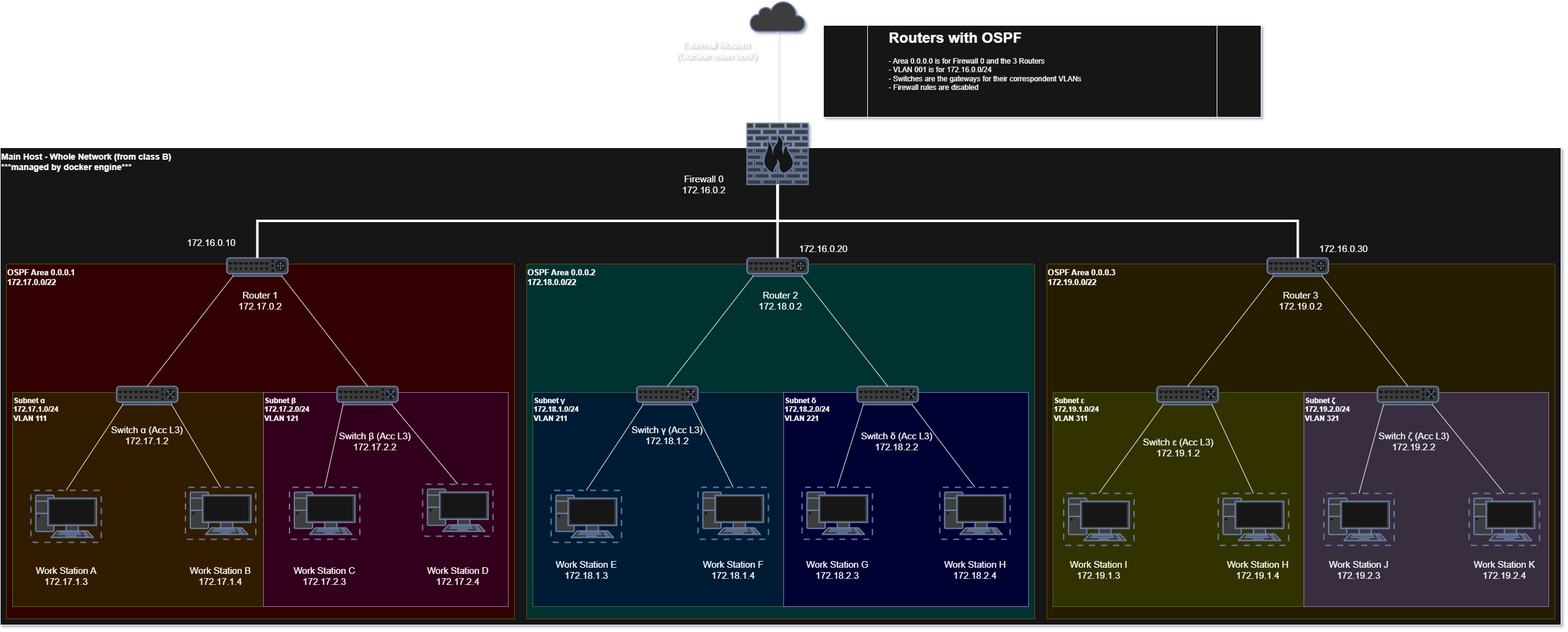
Above: scenario-3/topology-3.png in AlmeidaCaio/computer-networks-tests (draw.io), before the change. Source tidied: cells renumbered, new cells last; positions are measured from the earlier drawing's top-left corner, leaving out a move shared by most shapes.
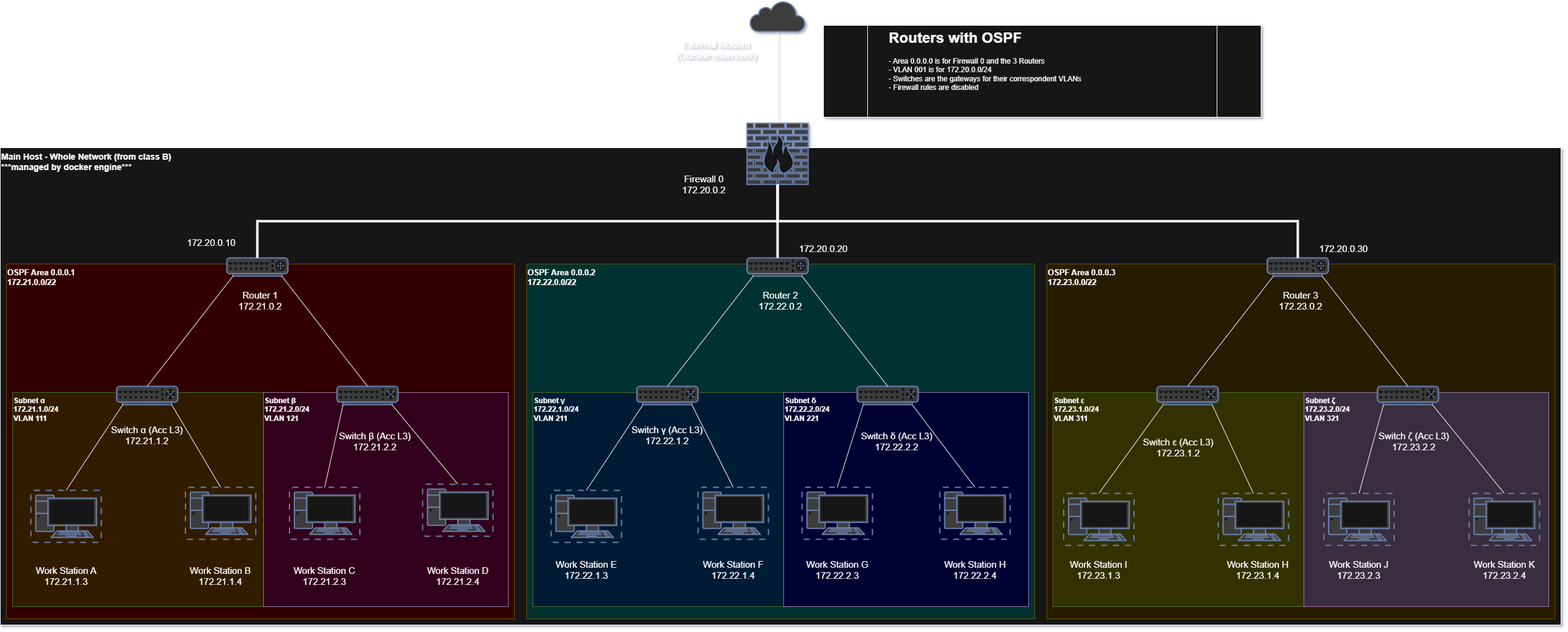
After the commit.

Commit message:
change ref IPs

Change to the diagram source:
```diff
@@ -7,6 +7,6 @@
     </mxCell>
-    <mxCell id="3" value="&lt;b style=&quot;font-size: 13px;&quot;&gt;OSPF Area 0.0.0.1&lt;br&gt;172.17.0.0/22&lt;br&gt;&lt;/b&gt;" style="rounded=0;whiteSpace=wrap;html=1;fillColor=light-dark(#FFF2CC,#330000);strokeColor=#d6b656;verticalAlign=top;align=left;" parent="1" vertex="1">
+    <mxCell id="3" value="&lt;b style=&quot;font-size: 13px;&quot;&gt;OSPF Area 0.0.0.1&lt;br&gt;172.21.0.0/22&lt;br&gt;&lt;/b&gt;" style="rounded=0;whiteSpace=wrap;html=1;fillColor=light-dark(#FFF2CC,#330000);strokeColor=#d6b656;verticalAlign=top;align=left;" parent="1" vertex="1">
       <mxGeometry x="10" y="430" width="830" height="580" as="geometry" />
     </mxCell>
-    <mxCell id="4" value="&lt;b&gt;Subnet α&lt;/b&gt;&lt;br&gt;&lt;b&gt;172.17.1.0/24&lt;/b&gt;&lt;br&gt;&lt;b&gt;VLAN 111&lt;/b&gt;" style="rounded=0;whiteSpace=wrap;html=1;fillColor=light-dark(#D5E8D4,#331A00);strokeColor=#82b366;verticalAlign=top;align=left;" parent="1" vertex="1">
+    <mxCell id="4" value="&lt;b&gt;Subnet α&lt;/b&gt;&lt;br&gt;&lt;b&gt;172.21.1.0/24&lt;/b&gt;&lt;br&gt;&lt;b&gt;VLAN 111&lt;/b&gt;" style="rounded=0;whiteSpace=wrap;html=1;fillColor=light-dark(#D5E8D4,#331A00);strokeColor=#82b366;verticalAlign=top;align=left;" parent="1" vertex="1">
       <mxGeometry x="20" y="640" width="410" height="350" as="geometry" />
@@ -16,3 +16,3 @@
     </mxCell>
-    <mxCell id="6" value="&lt;b&gt;Subnet β&lt;/b&gt;&lt;br&gt;&lt;b&gt;172.17.2.0/24&lt;/b&gt;&lt;br&gt;&lt;b&gt;VLAN 121&lt;/b&gt;" style="rounded=0;whiteSpace=wrap;html=1;fillColor=light-dark(#E1D5E7,#33001A);strokeColor=#9673a6;verticalAlign=top;align=left;" parent="1" vertex="1">
+    <mxCell id="6" value="&lt;b&gt;Subnet β&lt;/b&gt;&lt;br&gt;&lt;b&gt;172.21.2.0/24&lt;/b&gt;&lt;br&gt;&lt;b&gt;VLAN 121&lt;/b&gt;" style="rounded=0;whiteSpace=wrap;html=1;fillColor=light-dark(#E1D5E7,#33001A);strokeColor=#9673a6;verticalAlign=top;align=left;" parent="1" vertex="1">
       <mxGeometry x="430" y="640" width="400" height="350" as="geometry" />
@@ -46,21 +46,21 @@
     </mxCell>
-    <mxCell id="16" value="Work Station A&lt;br&gt;172.17.1.3" style="text;html=1;align=center;verticalAlign=middle;whiteSpace=wrap;rounded=0;fontSize=15;" parent="1" vertex="1">
+    <mxCell id="16" value="Work Station A&lt;br&gt;172.21.1.3" style="text;html=1;align=center;verticalAlign=middle;whiteSpace=wrap;rounded=0;fontSize=15;" parent="1" vertex="1">
       <mxGeometry x="37.5" y="900" width="140" height="80" as="geometry" />
     </mxCell>
-    <mxCell id="17" value="Work Station D&lt;br&gt;172.17.2.4" style="text;html=1;align=center;verticalAlign=middle;whiteSpace=wrap;rounded=0;fontSize=15;" parent="1" vertex="1">
+    <mxCell id="17" value="Work Station D&lt;br&gt;172.21.2.4" style="text;html=1;align=center;verticalAlign=middle;whiteSpace=wrap;rounded=0;fontSize=15;" parent="1" vertex="1">
       <mxGeometry x="677.5" y="900" width="140" height="80" as="geometry" />
     </mxCell>
-    <mxCell id="18" value="Switch α (Acc L3)&lt;br&gt;172.17.1.2" style="text;html=1;align=center;verticalAlign=middle;whiteSpace=wrap;rounded=0;fontSize=15;" parent="1" vertex="1">
+    <mxCell id="18" value="Switch α (Acc L3)&lt;br&gt;172.21.1.2" style="text;html=1;align=center;verticalAlign=middle;whiteSpace=wrap;rounded=0;fontSize=15;" parent="1" vertex="1">
       <mxGeometry x="170" y="670" width="140" height="80" as="geometry" />
     </mxCell>
-    <mxCell id="19" value="Switch β (Acc L3)&lt;br&gt;172.17.2.2" style="text;html=1;align=center;verticalAlign=middle;whiteSpace=wrap;rounded=0;fontSize=15;" parent="1" vertex="1">
+    <mxCell id="19" value="Switch β (Acc L3)&lt;br&gt;172.21.2.2" style="text;html=1;align=center;verticalAlign=middle;whiteSpace=wrap;rounded=0;fontSize=15;" parent="1" vertex="1">
       <mxGeometry x="550" y="680" width="125" height="80" as="geometry" />
     </mxCell>
-    <mxCell id="20" value="Router 1&lt;br&gt;172.17.0.2" style="text;html=1;align=center;verticalAlign=middle;whiteSpace=wrap;rounded=0;fontSize=15;" parent="1" vertex="1">
+    <mxCell id="20" value="Router 1&lt;br&gt;172.21.0.2" style="text;html=1;align=center;verticalAlign=middle;whiteSpace=wrap;rounded=0;fontSize=15;" parent="1" vertex="1">
       <mxGeometry x="355" y="450" width="140" height="80" as="geometry" />
     </mxCell>
-    <mxCell id="21" value="&lt;b style=&quot;font-size: 13px;&quot;&gt;OSPF Area 0.0.0.2&lt;br&gt;172.18.0.0/22&lt;br&gt;&lt;/b&gt;" style="rounded=0;whiteSpace=wrap;html=1;fillColor=light-dark(#FFF2CC,#003333);strokeColor=#d6b656;verticalAlign=top;align=left;" parent="1" vertex="1">
+    <mxCell id="21" value="&lt;b style=&quot;font-size: 13px;&quot;&gt;OSPF Area 0.0.0.2&lt;br&gt;172.22.0.0/22&lt;br&gt;&lt;/b&gt;" style="rounded=0;whiteSpace=wrap;html=1;fillColor=light-dark(#FFF2CC,#003333);strokeColor=#d6b656;verticalAlign=top;align=left;" parent="1" vertex="1">
       <mxGeometry x="860" y="430" width="830" height="580" as="geometry" />
     </mxCell>
-    <mxCell id="22" value="&lt;b&gt;Subnet γ&lt;/b&gt;&lt;br&gt;&lt;b&gt;172.18.1.0/24&lt;/b&gt;&lt;br&gt;&lt;b&gt;VLAN 211&lt;/b&gt;" style="rounded=0;whiteSpace=wrap;html=1;fillColor=light-dark(#D5E8D4,#001C36);strokeColor=#82b366;verticalAlign=top;align=left;" parent="1" vertex="1">
+    <mxCell id="22" value="&lt;b&gt;Subnet γ&lt;/b&gt;&lt;br&gt;&lt;b&gt;172.22.1.0/24&lt;/b&gt;&lt;br&gt;&lt;b&gt;VLAN 211&lt;/b&gt;" style="rounded=0;whiteSpace=wrap;html=1;fillColor=light-dark(#D5E8D4,#001C36);strokeColor=#82b366;verticalAlign=top;align=left;" parent="1" vertex="1">
       <mxGeometry x="870" y="640" width="410" height="350" as="geometry" />
@@ -70,3 +70,3 @@
     </mxCell>
-    <mxCell id="24" value="&lt;b&gt;Subnet δ&lt;/b&gt;&lt;br&gt;&lt;b&gt;172.18.2.0/24&lt;/b&gt;&lt;br&gt;&lt;b&gt;VLAN 221&lt;/b&gt;" style="rounded=0;whiteSpace=wrap;html=1;fillColor=light-dark(#E1D5E7,#000033);strokeColor=#9673a6;verticalAlign=top;align=left;" parent="1" vertex="1">
+    <mxCell id="24" value="&lt;b&gt;Subnet δ&lt;/b&gt;&lt;br&gt;&lt;b&gt;172.22.2.0/24&lt;/b&gt;&lt;br&gt;&lt;b&gt;VLAN 221&lt;/b&gt;" style="rounded=0;whiteSpace=wrap;html=1;fillColor=light-dark(#E1D5E7,#000033);strokeColor=#9673a6;verticalAlign=top;align=left;" parent="1" vertex="1">
       <mxGeometry x="1280" y="640" width="400" height="350" as="geometry" />
@@ -109,18 +109,18 @@
     </mxCell>
-    <mxCell id="37" value="Work Station E&lt;br&gt;172.18.1.3" style="text;html=1;align=center;verticalAlign=middle;whiteSpace=wrap;rounded=0;fontSize=15;" parent="1" vertex="1">
+    <mxCell id="37" value="Work Station E&lt;br&gt;172.22.1.3" style="text;html=1;align=center;verticalAlign=middle;whiteSpace=wrap;rounded=0;fontSize=15;" parent="1" vertex="1">
       <mxGeometry x="887.5" y="890" width="140" height="80" as="geometry" />
     </mxCell>
-    <mxCell id="38" value="Work Station H&lt;br&gt;172.18.2.4" style="text;html=1;align=center;verticalAlign=middle;whiteSpace=wrap;rounded=0;fontSize=15;" parent="1" vertex="1">
+    <mxCell id="38" value="Work Station H&lt;br&gt;172.22.2.4" style="text;html=1;align=center;verticalAlign=middle;whiteSpace=wrap;rounded=0;fontSize=15;" parent="1" vertex="1">
       <mxGeometry x="1522.5" y="890" width="140" height="80" as="geometry" />
     </mxCell>
-    <mxCell id="39" value="Switch γ (Acc L3)&lt;br&gt;172.18.1.2" style="text;html=1;align=center;verticalAlign=middle;whiteSpace=wrap;rounded=0;fontSize=15;" parent="1" vertex="1">
+    <mxCell id="39" value="Switch γ (Acc L3)&lt;br&gt;172.22.1.2" style="text;html=1;align=center;verticalAlign=middle;whiteSpace=wrap;rounded=0;fontSize=15;" parent="1" vertex="1">
       <mxGeometry x="1020" y="670" width="140" height="80" as="geometry" />
     </mxCell>
-    <mxCell id="40" value="Switch δ (Acc L3)&lt;br&gt;172.18.2.2" style="text;html=1;align=center;verticalAlign=middle;whiteSpace=wrap;rounded=0;fontSize=15;" parent="1" vertex="1">
+    <mxCell id="40" value="Switch δ (Acc L3)&lt;br&gt;172.22.2.2" style="text;html=1;align=center;verticalAlign=middle;whiteSpace=wrap;rounded=0;fontSize=15;" parent="1" vertex="1">
       <mxGeometry x="1395" y="680" width="140" height="80" as="geometry" />
     </mxCell>
-    <mxCell id="41" value="Router 2&lt;br&gt;172.18.0.2" style="text;html=1;align=center;verticalAlign=middle;whiteSpace=wrap;rounded=0;fontSize=15;" parent="1" vertex="1">
+    <mxCell id="41" value="Router 2&lt;br&gt;172.22.0.2" style="text;html=1;align=center;verticalAlign=middle;whiteSpace=wrap;rounded=0;fontSize=15;" parent="1" vertex="1">
       <mxGeometry x="1205" y="450" width="140" height="80" as="geometry" />
     </mxCell>
-    <mxCell id="42" value="Firewall 0&lt;br&gt;172.16.0.2" style="text;html=1;align=center;verticalAlign=middle;whiteSpace=wrap;rounded=0;fontSize=15;" parent="1" vertex="1">
+    <mxCell id="42" value="Firewall 0&lt;br&gt;172.20.0.2" style="text;html=1;align=center;verticalAlign=middle;whiteSpace=wrap;rounded=0;fontSize=15;" parent="1" vertex="1">
       <mxGeometry x="1080" y="260" width="140" height="80" as="geometry" />
@@ -133,9 +133,9 @@
     </mxCell>
-    <mxCell id="45" value="&lt;h1 style=&quot;margin-top: 0px;&quot;&gt;Routers with OSPF&lt;/h1&gt;&lt;p&gt;&lt;span style=&quot;background-color: transparent; color: light-dark(rgb(0, 0, 0), rgb(255, 255, 255));&quot;&gt;- Area 0.0.0.0 is for Firewall 0 and the 3 Routers&lt;br&gt;&lt;/span&gt;&lt;span style=&quot;background-color: transparent; color: light-dark(rgb(0, 0, 0), rgb(255, 255, 255));&quot;&gt;- VLAN 001 is for 172.16.0.0/24&lt;br&gt;- Switches are the gateways for their correspondent VLANs&lt;br&gt;- Firewall rules are disabled&lt;/span&gt;&lt;/p&gt;" style="text;html=1;whiteSpace=wrap;overflow=hidden;rounded=0;" parent="1" vertex="1">
+    <mxCell id="45" value="&lt;h1 style=&quot;margin-top: 0px;&quot;&gt;Routers with OSPF&lt;/h1&gt;&lt;p&gt;&lt;span style=&quot;background-color: transparent; color: light-dark(rgb(0, 0, 0), rgb(255, 255, 255));&quot;&gt;- Area 0.0.0.0 is for Firewall 0 and the 3 Routers&lt;br&gt;&lt;/span&gt;&lt;span style=&quot;background-color: transparent; color: light-dark(rgb(0, 0, 0), rgb(255, 255, 255));&quot;&gt;- VLAN 001 is for 172.20.0.0/24&lt;br&gt;- Switches are the gateways for their correspondent VLANs&lt;br&gt;- Firewall rules are disabled&lt;/span&gt;&lt;/p&gt;" style="text;html=1;whiteSpace=wrap;overflow=hidden;rounded=0;" parent="1" vertex="1">
       <mxGeometry x="1450" y="40" width="500" height="150" as="geometry" />
     </mxCell>
-    <mxCell id="46" value="&lt;b style=&quot;font-size: 13px;&quot;&gt;OSPF Area 0.0.0.3&lt;br&gt;172.19.0.0/22&lt;br&gt;&lt;/b&gt;" style="rounded=0;whiteSpace=wrap;html=1;fillColor=#fff2cc;strokeColor=#d6b656;verticalAlign=top;align=left;" parent="1" vertex="1">
+    <mxCell id="46" value="&lt;b style=&quot;font-size: 13px;&quot;&gt;OSPF Area 0.0.0.3&lt;br&gt;172.23.0.0/22&lt;br&gt;&lt;/b&gt;" style="rounded=0;whiteSpace=wrap;html=1;fillColor=#fff2cc;strokeColor=#d6b656;verticalAlign=top;align=left;" parent="1" vertex="1">
       <mxGeometry x="1710" y="430" width="830" height="580" as="geometry" />
     </mxCell>
-    <mxCell id="47" value="&lt;b&gt;Subnet ε&lt;/b&gt;&lt;br&gt;&lt;b&gt;172.19.1.0/24&lt;/b&gt;&lt;br&gt;&lt;b&gt;VLAN 311&lt;/b&gt;" style="rounded=0;whiteSpace=wrap;html=1;fillColor=light-dark(#D5E8D4,#333300);strokeColor=#82b366;verticalAlign=top;align=left;" parent="1" vertex="1">
+    <mxCell id="47" value="&lt;b&gt;Subnet ε&lt;/b&gt;&lt;br&gt;&lt;b&gt;172.23.1.0/24&lt;/b&gt;&lt;br&gt;&lt;b&gt;VLAN 311&lt;/b&gt;" style="rounded=0;whiteSpace=wrap;html=1;fillColor=light-dark(#D5E8D4,#333300);strokeColor=#82b366;verticalAlign=top;align=left;" parent="1" vertex="1">
       <mxGeometry x="1720" y="640" width="410" height="350" as="geometry" />
@@ -145,3 +145,3 @@
     </mxCell>
-    <mxCell id="49" value="&lt;b&gt;Subnet ζ&lt;/b&gt;&lt;br&gt;&lt;b&gt;172.19.2.0/24&lt;/b&gt;&lt;br&gt;&lt;b&gt;VLAN 321&lt;/b&gt;" style="rounded=0;whiteSpace=wrap;html=1;fillColor=#e1d5e7;strokeColor=#9673a6;verticalAlign=top;align=left;" parent="1" vertex="1">
+    <mxCell id="49" value="&lt;b&gt;Subnet ζ&lt;/b&gt;&lt;br&gt;&lt;b&gt;172.23.2.0/24&lt;/b&gt;&lt;br&gt;&lt;b&gt;VLAN 321&lt;/b&gt;" style="rounded=0;whiteSpace=wrap;html=1;fillColor=#e1d5e7;strokeColor=#9673a6;verticalAlign=top;align=left;" parent="1" vertex="1">
       <mxGeometry x="2130" y="640" width="400" height="350" as="geometry" />
@@ -175,15 +175,15 @@
     </mxCell>
-    <mxCell id="59" value="Work Station I&lt;br&gt;172.19.1.3" style="text;html=1;align=center;verticalAlign=middle;whiteSpace=wrap;rounded=0;fontSize=15;" parent="1" vertex="1">
+    <mxCell id="59" value="Work Station I&lt;br&gt;172.23.1.3" style="text;html=1;align=center;verticalAlign=middle;whiteSpace=wrap;rounded=0;fontSize=15;" parent="1" vertex="1">
       <mxGeometry x="1725" y="890" width="140" height="80" as="geometry" />
     </mxCell>
-    <mxCell id="60" value="Work Station K&lt;br&gt;172.19.2.4" style="text;html=1;align=center;verticalAlign=middle;whiteSpace=wrap;rounded=0;fontSize=15;" parent="1" vertex="1">
+    <mxCell id="60" value="Work Station K&lt;br&gt;172.23.2.4" style="text;html=1;align=center;verticalAlign=middle;whiteSpace=wrap;rounded=0;fontSize=15;" parent="1" vertex="1">
       <mxGeometry x="2387.5" y="890" width="140" height="80" as="geometry" />
     </mxCell>
-    <mxCell id="61" value="Switch ε (Acc L3)&lt;br&gt;172.19.1.2" style="text;html=1;align=center;verticalAlign=middle;whiteSpace=wrap;rounded=0;fontSize=15;" parent="1" vertex="1">
+    <mxCell id="61" value="Switch ε (Acc L3)&lt;br&gt;172.23.1.2" style="text;html=1;align=center;verticalAlign=middle;whiteSpace=wrap;rounded=0;fontSize=15;" parent="1" vertex="1">
       <mxGeometry x="1855" y="690" width="140" height="80" as="geometry" />
     </mxCell>
-    <mxCell id="62" value="Switch ζ (Acc L3)&lt;br&gt;172.19.2.2" style="text;html=1;align=center;verticalAlign=middle;whiteSpace=wrap;rounded=0;fontSize=15;" parent="1" vertex="1">
+    <mxCell id="62" value="Switch ζ (Acc L3)&lt;br&gt;172.23.2.2" style="text;html=1;align=center;verticalAlign=middle;whiteSpace=wrap;rounded=0;fontSize=15;" parent="1" vertex="1">
       <mxGeometry x="2240" y="680" width="140" height="80" as="geometry" />
     </mxCell>
-    <mxCell id="63" value="Router 3&lt;br&gt;172.19.0.2" style="text;html=1;align=center;verticalAlign=middle;whiteSpace=wrap;rounded=0;fontSize=15;" parent="1" vertex="1">
+    <mxCell id="63" value="Router 3&lt;br&gt;172.23.0.2" style="text;html=1;align=center;verticalAlign=middle;whiteSpace=wrap;rounded=0;fontSize=15;" parent="1" vertex="1">
       <mxGeometry x="2055" y="450" width="140" height="80" as="geometry" />
@@ -196,12 +196,12 @@
     </mxCell>
-    <mxCell id="66" value="Work Station B&lt;br&gt;172.17.1.4" style="text;html=1;align=center;verticalAlign=middle;whiteSpace=wrap;rounded=0;fontSize=15;" parent="1" vertex="1">
+    <mxCell id="66" value="Work Station B&lt;br&gt;172.21.1.4" style="text;html=1;align=center;verticalAlign=middle;whiteSpace=wrap;rounded=0;fontSize=15;" parent="1" vertex="1">
       <mxGeometry x="290" y="900" width="140" height="80" as="geometry" />
     </mxCell>
-    <mxCell id="67" value="172.16.0.10" style="text;html=1;align=center;verticalAlign=middle;whiteSpace=wrap;rounded=0;fontSize=15;" parent="1" vertex="1">
+    <mxCell id="67" value="172.20.0.10" style="text;html=1;align=center;verticalAlign=middle;whiteSpace=wrap;rounded=0;fontSize=15;" parent="1" vertex="1">
       <mxGeometry x="290" y="370" width="110" height="50" as="geometry" />
     </mxCell>
-    <mxCell id="68" value="172.16.0.2&lt;span style=&quot;background-color: transparent; color: light-dark(rgb(0, 0, 0), rgb(255, 255, 255));&quot;&gt;0&lt;/span&gt;" style="text;html=1;align=center;verticalAlign=middle;whiteSpace=wrap;rounded=0;fontSize=15;" parent="1" vertex="1">
+    <mxCell id="68" value="172.20.0.2&lt;span style=&quot;background-color: transparent; color: light-dark(rgb(0, 0, 0), rgb(255, 255, 255));&quot;&gt;0&lt;/span&gt;" style="text;html=1;align=center;verticalAlign=middle;whiteSpace=wrap;rounded=0;fontSize=15;" parent="1" vertex="1">
       <mxGeometry x="1290" y="380" width="110" height="50" as="geometry" />
     </mxCell>
-    <mxCell id="69" value="172.16.0.3&lt;span style=&quot;background-color: transparent; color: light-dark(rgb(0, 0, 0), rgb(255, 255, 255));&quot;&gt;0&lt;/span&gt;" style="text;html=1;align=center;verticalAlign=middle;whiteSpace=wrap;rounded=0;fontSize=15;" parent="1" vertex="1">
+    <mxCell id="69" value="172.20.0.3&lt;span style=&quot;background-color: transparent; color: light-dark(rgb(0, 0, 0), rgb(255, 255, 255));&quot;&gt;0&lt;/span&gt;" style="text;html=1;align=center;verticalAlign=middle;whiteSpace=wrap;rounded=0;fontSize=15;" parent="1" vertex="1">
       <mxGeometry x="2140" y="380" width="110" height="50" as="geometry" />
@@ -214,3 +214,3 @@
     </mxCell>
-    <mxCell id="72" value="Work Station C&lt;br&gt;172.17.2.3" style="text;html=1;align=center;verticalAlign=middle;whiteSpace=wrap;rounded=0;fontSize=15;" parent="1" vertex="1">
+    <mxCell id="72" value="Work Station C&lt;br&gt;172.21.2.3" style="text;html=1;align=center;verticalAlign=middle;whiteSpace=wrap;rounded=0;fontSize=15;" parent="1" vertex="1">
       <mxGeometry x="460" y="900" width="140" height="80" as="geometry" />
@@ -223,3 +223,3 @@
     </mxCell>
-    <mxCell id="75" value="Work Station F&lt;br&gt;172.18.1.4" style="text;html=1;align=center;verticalAlign=middle;whiteSpace=wrap;rounded=0;fontSize=15;" parent="1" vertex="1">
+    <mxCell id="75" value="Work Station F&lt;br&gt;172.22.1.4" style="text;html=1;align=center;verticalAlign=middle;whiteSpace=wrap;rounded=0;fontSize=15;" parent="1" vertex="1">
       <mxGeometry x="1127.5" y="890" width="140" height="80" as="geometry" />
@@ -232,3 +232,3 @@
     </mxCell>
-    <mxCell id="78" value="Work Station G&lt;br&gt;172.18.2.3" style="text;html=1;align=center;verticalAlign=middle;whiteSpace=wrap;rounded=0;fontSize=15;" parent="1" vertex="1">
+    <mxCell id="78" value="Work Station G&lt;br&gt;172.22.2.3" style="text;html=1;align=center;verticalAlign=middle;whiteSpace=wrap;rounded=0;fontSize=15;" parent="1" vertex="1">
       <mxGeometry x="1297.5" y="890" width="140" height="80" as="geometry" />
@@ -241,3 +241,3 @@
     </mxCell>
-    <mxCell id="81" value="Work Station H&lt;br&gt;172.19.1.4" style="text;html=1;align=center;verticalAlign=middle;whiteSpace=wrap;rounded=0;fontSize=15;" parent="1" vertex="1">
+    <mxCell id="81" value="Work Station H&lt;br&gt;172.23.1.4" style="text;html=1;align=center;verticalAlign=middle;whiteSpace=wrap;rounded=0;fontSize=15;" parent="1" vertex="1">
       <mxGeometry x="1985" y="890" width="140" height="80" as="geometry" />
@@ -250,3 +250,3 @@
     </mxCell>
-    <mxCell id="84" value="Work Station J&lt;br&gt;172.19.2.3" style="text;html=1;align=center;verticalAlign=middle;whiteSpace=wrap;rounded=0;fontSize=15;" parent="1" vertex="1">
+    <mxCell id="84" value="Work Station J&lt;br&gt;172.23.2.3" style="text;html=1;align=center;verticalAlign=middle;whiteSpace=wrap;rounded=0;fontSize=15;" parent="1" vertex="1">
       <mxGeometry x="2150" y="890" width="140" height="80" as="geometry" />
```
